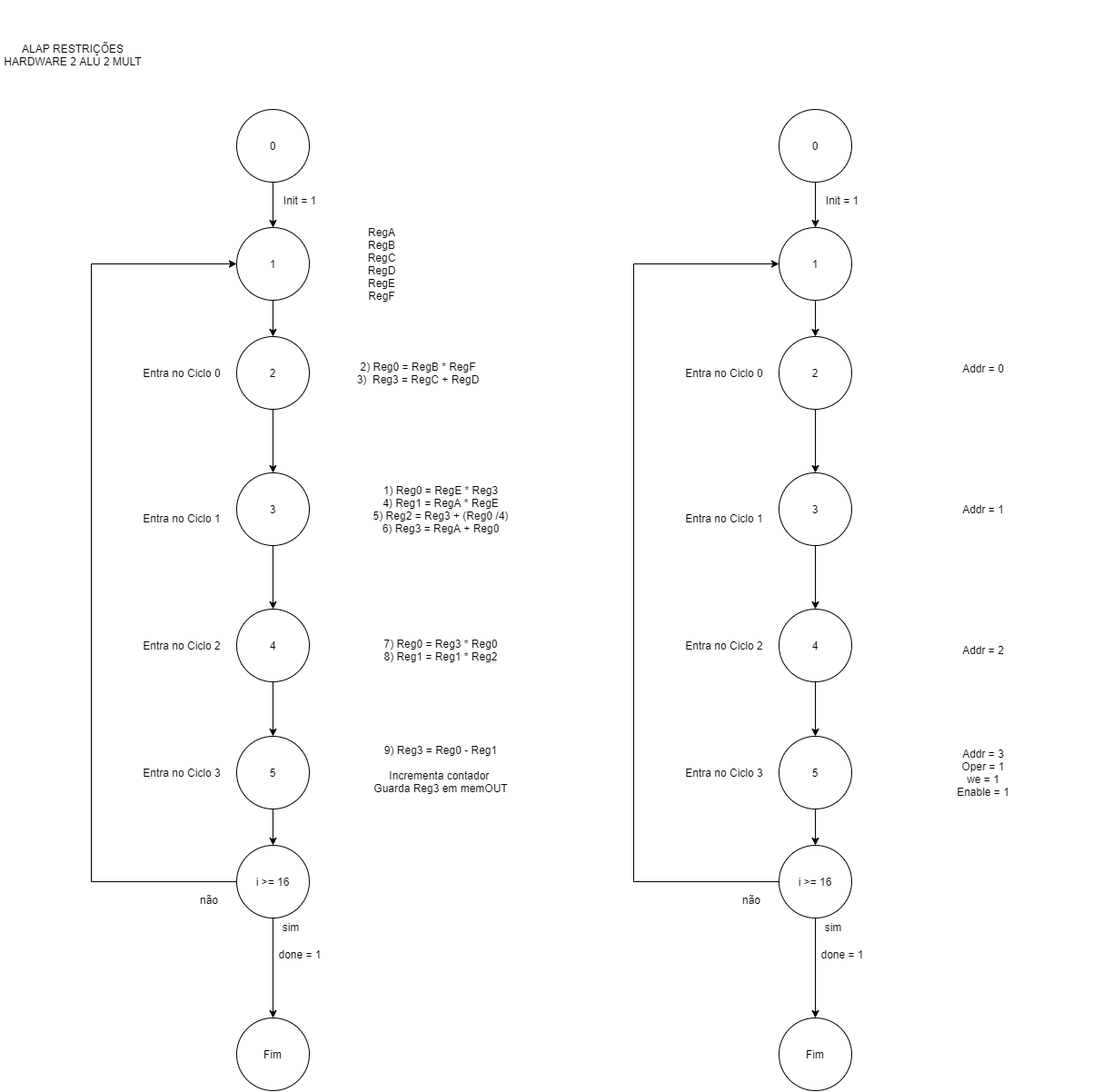
Above: lab2/Diagramas/ALAP máquina de estados.png in MiguelAReis/PSD_LAB2 (draw.io), before the change. Source tidied: cells renumbered, new cells last; positions are measured from the earlier drawing's top-left corner, leaving out a move shared by most shapes. The source it was exported from:
```xml
<mxGraphModel>
  <root>
    <mxCell id="0" />
    <mxCell id="1" parent="0" />
    <mxCell id="2" value="2) Reg0 = RegB * RegF&lt;br&gt;3)&amp;nbsp; Reg3 = RegC + RegD" style="text;html=1;strokeColor=none;fillColor=none;align=center;verticalAlign=middle;whiteSpace=wrap;rounded=0;" parent="1" vertex="1">
      <mxGeometry x="360" y="365" width="200" height="90" as="geometry" />
    </mxCell>
    <mxCell id="3" value="0" style="ellipse;whiteSpace=wrap;html=1;" parent="1" vertex="1">
      <mxGeometry x="260" y="120" width="80" height="80" as="geometry" />
    </mxCell>
    <mxCell id="4" style="endArrow=classic;html=1;exitX=0.5;exitY=1;exitDx=0;exitDy=0;" parent="1" edge="1" source="3">
      <mxGeometry relative="1" as="geometry">
        <mxPoint x="300" y="250" as="targetPoint" />
      </mxGeometry>
    </mxCell>
    <mxCell id="5" value="1" style="ellipse;whiteSpace=wrap;html=1;" parent="1" vertex="1">
      <mxGeometry x="260" y="250" width="80" height="80" as="geometry" />
    </mxCell>
    <mxCell id="6" value="RegA&lt;br&gt;RegB&lt;br&gt;RegC&lt;br&gt;RegD&lt;br&gt;RegE&lt;br&gt;RegF" style="text;html=1;strokeColor=none;fillColor=none;align=center;verticalAlign=middle;whiteSpace=wrap;rounded=0;" parent="1" vertex="1">
      <mxGeometry x="360" y="235" width="120" height="110" as="geometry" />
    </mxCell>
    <mxCell id="7" style="endArrow=classic;html=1;exitX=0.5;exitY=1;exitDx=0;exitDy=0;entryX=0.5;entryY=0;entryDx=0;entryDy=0;" parent="1" edge="1" source="5" target="8">
      <mxGeometry relative="1" as="geometry" />
    </mxCell>
    <mxCell id="8" value="2" style="ellipse;whiteSpace=wrap;html=1;" parent="1" vertex="1">
      <mxGeometry x="260" y="370" width="80" height="80" as="geometry" />
    </mxCell>
    <mxCell id="9" value="Entra no Ciclo 0" style="text;html=1;strokeColor=none;fillColor=none;align=center;verticalAlign=middle;whiteSpace=wrap;rounded=0;" parent="1" vertex="1">
      <mxGeometry x="150" y="400" width="100" height="20" as="geometry" />
    </mxCell>
    <mxCell id="10" value="3" style="ellipse;whiteSpace=wrap;html=1;" parent="1" vertex="1">
      <mxGeometry x="260" y="520" width="80" height="80" as="geometry" />
    </mxCell>
    <mxCell id="11" style="endArrow=classic;html=1;exitX=0.5;exitY=1;exitDx=0;exitDy=0;entryX=0.5;entryY=0;entryDx=0;entryDy=0;" parent="1" edge="1" source="8" target="10">
      <mxGeometry relative="1" as="geometry" />
    </mxCell>
    <mxCell id="12" value="ALAP RESTRIÇÕES HARDWARE 2 ALU 2 MULT" style="text;html=1;strokeColor=none;fillColor=none;align=center;verticalAlign=middle;whiteSpace=wrap;rounded=0;" parent="1" vertex="1">
      <mxGeometry width="160" height="120" as="geometry" />
    </mxCell>
    <mxCell id="13" value="Entra no Ciclo 1" style="text;html=1;strokeColor=none;fillColor=none;align=center;verticalAlign=middle;whiteSpace=wrap;rounded=0;" parent="1" vertex="1">
      <mxGeometry x="145" y="560" width="110" height="20" as="geometry" />
    </mxCell>
    <mxCell id="14" value="1) Reg0 = RegE * Reg3&lt;br&gt;4) Reg1 = RegA * RegE&lt;br&gt;5) Reg2 = Reg3 + (Reg0 /4)&lt;br&gt;6) Reg3 = RegA + Reg0" style="text;html=1;strokeColor=none;fillColor=none;align=center;verticalAlign=middle;whiteSpace=wrap;rounded=0;" parent="1" vertex="1">
      <mxGeometry x="360" y="515" width="250" height="90" as="geometry" />
    </mxCell>
    <mxCell id="15" value="4" style="ellipse;whiteSpace=wrap;html=1;" parent="1" vertex="1">
      <mxGeometry x="260" y="670" width="80" height="80" as="geometry" />
    </mxCell>
    <mxCell id="16" style="endArrow=classic;html=1;exitX=0.5;exitY=1;exitDx=0;exitDy=0;entryX=0.5;entryY=0;entryDx=0;entryDy=0;" parent="1" edge="1" source="10" target="15">
      <mxGeometry relative="1" as="geometry" />
    </mxCell>
    <mxCell id="17" value="7) Reg0 = Reg3 * Reg0&lt;br&gt;8) Reg1 = Reg1 * Reg2" style="text;html=1;strokeColor=none;fillColor=none;align=center;verticalAlign=middle;whiteSpace=wrap;rounded=0;" parent="1" vertex="1">
      <mxGeometry x="355" y="670" width="260" height="90" as="geometry" />
    </mxCell>
    <mxCell id="18" value="Entra no Ciclo 2" style="text;html=1;strokeColor=none;fillColor=none;align=center;verticalAlign=middle;whiteSpace=wrap;rounded=0;" parent="1" vertex="1">
      <mxGeometry x="145" y="700" width="110" height="20" as="geometry" />
    </mxCell>
    <mxCell id="19" style="edgeStyle=orthogonalEdgeStyle;rounded=0;jettySize=auto;html=1;entryX=0;entryY=0.5;entryDx=0;entryDy=0;" parent="1" edge="1" source="32" target="5">
      <mxGeometry relative="1" as="geometry">
        <Array as="points">
          <mxPoint x="100" y="290" />
        </Array>
      </mxGeometry>
    </mxCell>
    <mxCell id="20" value="5" style="ellipse;whiteSpace=wrap;html=1;" parent="1" vertex="1">
      <mxGeometry x="260" y="810" width="80" height="80" as="geometry" />
    </mxCell>
    <mxCell id="21" style="endArrow=classic;html=1;entryX=0.5;entryY=0;entryDx=0;entryDy=0;exitX=0.5;exitY=1;exitDx=0;exitDy=0;" parent="1" edge="1" source="15" target="20">
      <mxGeometry relative="1" as="geometry" />
    </mxCell>
    <mxCell id="22" value="Entra no Ciclo 3" style="text;html=1;strokeColor=none;fillColor=none;align=center;verticalAlign=middle;whiteSpace=wrap;rounded=0;" parent="1" vertex="1">
      <mxGeometry x="145" y="840" width="110" height="20" as="geometry" />
    </mxCell>
    <mxCell id="23" value="9) Reg3 = Reg0 - Reg1" style="text;html=1;strokeColor=none;fillColor=none;align=center;verticalAlign=middle;whiteSpace=wrap;rounded=0;" parent="1" vertex="1">
      <mxGeometry x="365" y="780" width="240" height="90" as="geometry" />
    </mxCell>
    <mxCell id="24" value="Fim" style="ellipse;whiteSpace=wrap;html=1;" parent="1" vertex="1">
      <mxGeometry x="260" y="1120" width="80" height="80" as="geometry" />
    </mxCell>
    <mxCell id="25" style="endArrow=classic;html=1;entryX=0.5;entryY=0;entryDx=0;entryDy=0;exitX=0.5;exitY=1;exitDx=0;exitDy=0;" parent="1" edge="1" source="32" target="24">
      <mxGeometry relative="1" as="geometry" />
    </mxCell>
    <mxCell id="26" value="Init = 1" style="text;html=1;strokeColor=none;fillColor=none;align=center;verticalAlign=middle;whiteSpace=wrap;rounded=0;" parent="1" vertex="1">
      <mxGeometry x="310" y="210" width="40" height="20" as="geometry" />
    </mxCell>
    <mxCell id="27" value="sim" style="text;html=1;strokeColor=none;fillColor=none;align=center;verticalAlign=middle;whiteSpace=wrap;rounded=0;" parent="1" vertex="1">
      <mxGeometry x="300" y="1010" width="40" height="20" as="geometry" />
    </mxCell>
    <mxCell id="28" value="não" style="text;html=1;strokeColor=none;fillColor=none;align=center;verticalAlign=middle;whiteSpace=wrap;rounded=0;" parent="1" vertex="1">
      <mxGeometry x="210" y="980" width="40" height="20" as="geometry" />
    </mxCell>
    <mxCell id="29" value="done = 1" style="text;html=1;strokeColor=none;fillColor=none;align=center;verticalAlign=middle;whiteSpace=wrap;rounded=0;" parent="1" vertex="1">
      <mxGeometry x="300" y="1040" width="60" height="20" as="geometry" />
    </mxCell>
    <mxCell id="30" style="endArrow=classic;html=1;exitX=0.5;exitY=1;exitDx=0;exitDy=0;entryX=0.5;entryY=0;entryDx=0;entryDy=0;" parent="1" edge="1" source="20" target="32">
      <mxGeometry relative="1" as="geometry" />
    </mxCell>
    <mxCell id="31" value="Incrementa contador&amp;nbsp;&lt;br&gt;Guarda Reg3 em memOUT" style="text;html=1;strokeColor=none;fillColor=none;align=center;verticalAlign=middle;whiteSpace=wrap;rounded=0;" parent="1" vertex="1">
      <mxGeometry x="390" y="820" width="190" height="80" as="geometry" />
    </mxCell>
    <mxCell id="32" value="i &amp;gt;= 16" style="ellipse;whiteSpace=wrap;html=1;" parent="1" vertex="1">
      <mxGeometry x="260" y="930" width="80" height="80" as="geometry" />
    </mxCell>
    <mxCell id="33" value="Addr = 0" style="text;html=1;strokeColor=none;fillColor=none;align=center;verticalAlign=middle;whiteSpace=wrap;rounded=0;" parent="1" vertex="1">
      <mxGeometry x="982" y="360" width="200" height="90" as="geometry" />
    </mxCell>
    <mxCell id="34" value="0" style="ellipse;whiteSpace=wrap;html=1;" parent="1" vertex="1">
      <mxGeometry x="857" y="120" width="80" height="80" as="geometry" />
    </mxCell>
    <mxCell id="35" style="endArrow=classic;html=1;exitX=0.5;exitY=1;exitDx=0;exitDy=0;" parent="1" edge="1" source="34">
      <mxGeometry relative="1" as="geometry">
        <mxPoint x="897" y="250" as="targetPoint" />
      </mxGeometry>
    </mxCell>
    <mxCell id="36" value="1" style="ellipse;whiteSpace=wrap;html=1;" parent="1" vertex="1">
      <mxGeometry x="857" y="250" width="80" height="80" as="geometry" />
    </mxCell>
    <mxCell id="37" style="endArrow=classic;html=1;exitX=0.5;exitY=1;exitDx=0;exitDy=0;entryX=0.5;entryY=0;entryDx=0;entryDy=0;" parent="1" edge="1" source="36" target="38">
      <mxGeometry relative="1" as="geometry" />
    </mxCell>
    <mxCell id="38" value="2" style="ellipse;whiteSpace=wrap;html=1;" parent="1" vertex="1">
      <mxGeometry x="857" y="370" width="80" height="80" as="geometry" />
    </mxCell>
    <mxCell id="39" value="Entra no Ciclo 0" style="text;html=1;strokeColor=none;fillColor=none;align=center;verticalAlign=middle;whiteSpace=wrap;rounded=0;" parent="1" vertex="1">
      <mxGeometry x="747" y="400" width="100" height="20" as="geometry" />
    </mxCell>
    <mxCell id="40" value="3" style="ellipse;whiteSpace=wrap;html=1;" parent="1" vertex="1">
      <mxGeometry x="857" y="520" width="80" height="80" as="geometry" />
    </mxCell>
    <mxCell id="41" style="endArrow=classic;html=1;exitX=0.5;exitY=1;exitDx=0;exitDy=0;entryX=0.5;entryY=0;entryDx=0;entryDy=0;" parent="1" edge="1" source="38" target="40">
      <mxGeometry relative="1" as="geometry" />
    </mxCell>
    <mxCell id="42" value="Entra no Ciclo 1" style="text;html=1;strokeColor=none;fillColor=none;align=center;verticalAlign=middle;whiteSpace=wrap;rounded=0;" parent="1" vertex="1">
      <mxGeometry x="742" y="560" width="110" height="20" as="geometry" />
    </mxCell>
    <mxCell id="43" value="Addr = 1" style="text;html=1;strokeColor=none;fillColor=none;align=center;verticalAlign=middle;whiteSpace=wrap;rounded=0;" parent="1" vertex="1">
      <mxGeometry x="957" y="515" width="250" height="90" as="geometry" />
    </mxCell>
    <mxCell id="44" value="4" style="ellipse;whiteSpace=wrap;html=1;" parent="1" vertex="1">
      <mxGeometry x="857" y="670" width="80" height="80" as="geometry" />
    </mxCell>
    <mxCell id="45" style="endArrow=classic;html=1;exitX=0.5;exitY=1;exitDx=0;exitDy=0;entryX=0.5;entryY=0;entryDx=0;entryDy=0;" parent="1" edge="1" source="40" target="44">
      <mxGeometry relative="1" as="geometry" />
    </mxCell>
    <mxCell id="46" value="Addr = 2" style="text;html=1;strokeColor=none;fillColor=none;align=center;verticalAlign=middle;whiteSpace=wrap;rounded=0;" parent="1" vertex="1">
      <mxGeometry x="952" y="670" width="260" height="90" as="geometry" />
    </mxCell>
    <mxCell id="47" value="Entra no Ciclo 2" style="text;html=1;strokeColor=none;fillColor=none;align=center;verticalAlign=middle;whiteSpace=wrap;rounded=0;" parent="1" vertex="1">
      <mxGeometry x="742" y="700" width="110" height="20" as="geometry" />
    </mxCell>
    <mxCell id="48" style="edgeStyle=orthogonalEdgeStyle;rounded=0;jettySize=auto;html=1;entryX=0;entryY=0.5;entryDx=0;entryDy=0;" parent="1" edge="1" source="60" target="36">
      <mxGeometry relative="1" as="geometry">
        <Array as="points">
          <mxPoint x="697" y="290" />
        </Array>
      </mxGeometry>
    </mxCell>
    <mxCell id="49" value="5" style="ellipse;whiteSpace=wrap;html=1;" parent="1" vertex="1">
      <mxGeometry x="857" y="810" width="80" height="80" as="geometry" />
    </mxCell>
    <mxCell id="50" style="endArrow=classic;html=1;entryX=0.5;entryY=0;entryDx=0;entryDy=0;exitX=0.5;exitY=1;exitDx=0;exitDy=0;" parent="1" edge="1" source="44" target="49">
      <mxGeometry relative="1" as="geometry" />
    </mxCell>
    <mxCell id="51" value="Entra no Ciclo 3" style="text;html=1;strokeColor=none;fillColor=none;align=center;verticalAlign=middle;whiteSpace=wrap;rounded=0;" parent="1" vertex="1">
      <mxGeometry x="742" y="840" width="110" height="20" as="geometry" />
    </mxCell>
    <mxCell id="52" value="Addr = 3&lt;br&gt;Oper = 1&lt;br&gt;we = 1&lt;br&gt;Enable = 1" style="text;html=1;strokeColor=none;fillColor=none;align=center;verticalAlign=middle;whiteSpace=wrap;rounded=0;" parent="1" vertex="1">
      <mxGeometry x="962" y="805" width="240" height="90" as="geometry" />
    </mxCell>
    <mxCell id="53" value="Fim" style="ellipse;whiteSpace=wrap;html=1;" parent="1" vertex="1">
      <mxGeometry x="857" y="1120" width="80" height="80" as="geometry" />
    </mxCell>
    <mxCell id="54" style="endArrow=classic;html=1;entryX=0.5;entryY=0;entryDx=0;entryDy=0;exitX=0.5;exitY=1;exitDx=0;exitDy=0;" parent="1" edge="1" source="60" target="53">
      <mxGeometry relative="1" as="geometry" />
    </mxCell>
    <mxCell id="55" value="Init = 1" style="text;html=1;strokeColor=none;fillColor=none;align=center;verticalAlign=middle;whiteSpace=wrap;rounded=0;" parent="1" vertex="1">
      <mxGeometry x="907" y="210" width="40" height="20" as="geometry" />
    </mxCell>
    <mxCell id="56" value="sim" style="text;html=1;strokeColor=none;fillColor=none;align=center;verticalAlign=middle;whiteSpace=wrap;rounded=0;" parent="1" vertex="1">
      <mxGeometry x="897" y="1010" width="40" height="20" as="geometry" />
    </mxCell>
    <mxCell id="57" value="não" style="text;html=1;strokeColor=none;fillColor=none;align=center;verticalAlign=middle;whiteSpace=wrap;rounded=0;" parent="1" vertex="1">
      <mxGeometry x="807" y="980" width="40" height="20" as="geometry" />
    </mxCell>
    <mxCell id="58" value="done = 1" style="text;html=1;strokeColor=none;fillColor=none;align=center;verticalAlign=middle;whiteSpace=wrap;rounded=0;" parent="1" vertex="1">
      <mxGeometry x="897" y="1040" width="60" height="20" as="geometry" />
    </mxCell>
    <mxCell id="59" style="endArrow=classic;html=1;exitX=0.5;exitY=1;exitDx=0;exitDy=0;entryX=0.5;entryY=0;entryDx=0;entryDy=0;" parent="1" edge="1" source="49" target="60">
      <mxGeometry relative="1" as="geometry" />
    </mxCell>
    <mxCell id="60" value="i &amp;gt;= 16" style="ellipse;whiteSpace=wrap;html=1;" parent="1" vertex="1">
      <mxGeometry x="857" y="930" width="80" height="80" as="geometry" />
    </mxCell>
  </root>
</mxGraphModel>
```
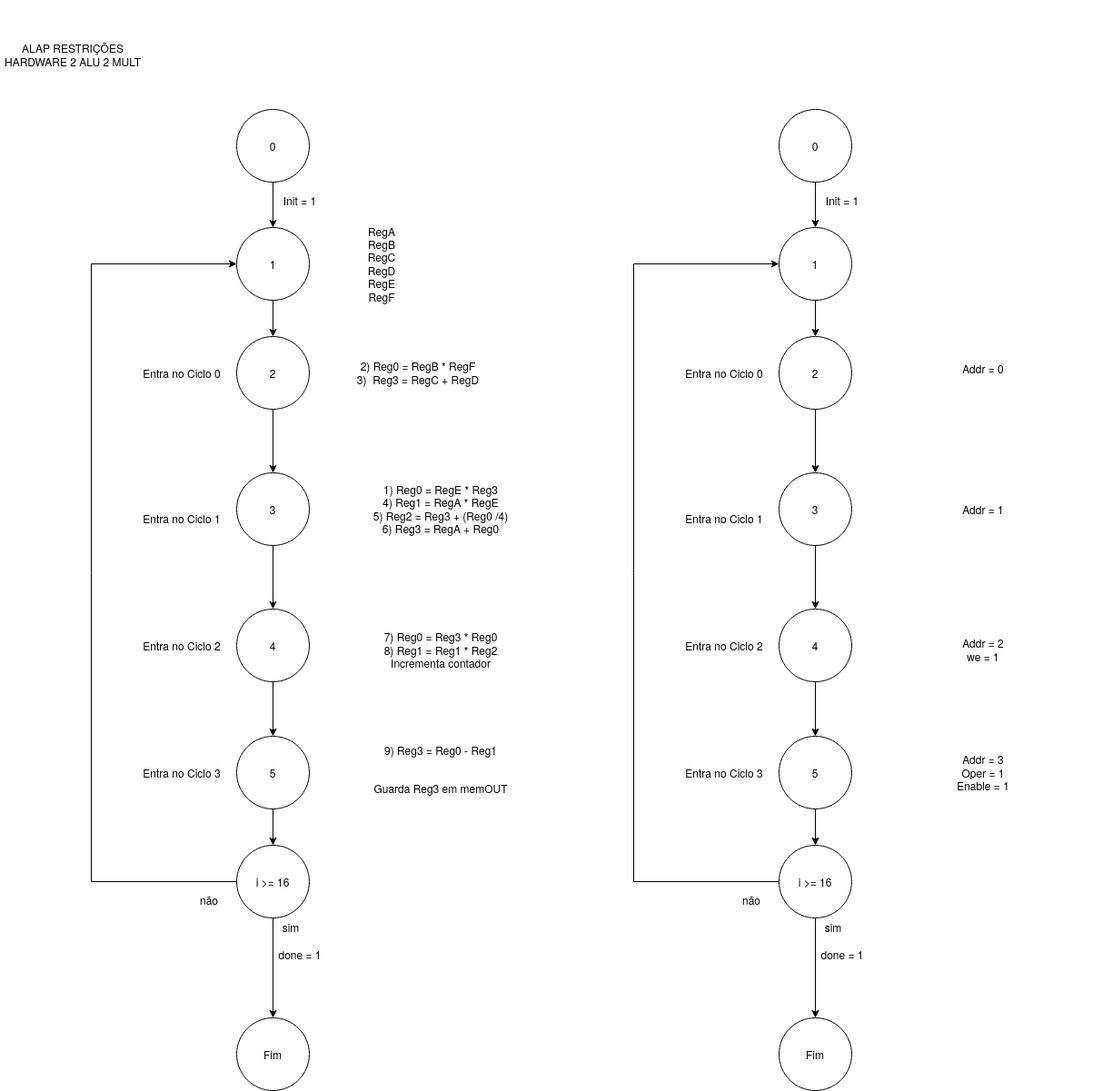
The same file after the commit.

What changed in the source:
```diff
@@ -49,7 +49,7 @@
     <mxCell id="16" style="endArrow=classic;html=1;exitX=0.5;exitY=1;exitDx=0;exitDy=0;entryX=0.5;entryY=0;entryDx=0;entryDy=0;" parent="1" edge="1" source="10" target="15">
       <mxGeometry relative="1" as="geometry" />
     </mxCell>
-    <mxCell id="17" value="7) Reg0 = Reg3 * Reg0&lt;br&gt;8) Reg1 = Reg1 * Reg2" style="text;html=1;strokeColor=none;fillColor=none;align=center;verticalAlign=middle;whiteSpace=wrap;rounded=0;" parent="1" vertex="1">
+    <mxCell id="17" value="7) Reg0 = Reg3 * Reg0&lt;br&gt;&lt;div&gt;8) Reg1 = Reg1 * Reg2&lt;/div&gt;&lt;div&gt;Incrementa contador &lt;br&gt;&lt;/div&gt;" style="text;html=1;strokeColor=none;fillColor=none;align=center;verticalAlign=middle;whiteSpace=wrap;rounded=0;" parent="1" vertex="1">
       <mxGeometry x="355" y="670" width="260" height="90" as="geometry" />
     </mxCell>
     <mxCell id="18" value="Entra no Ciclo 2" style="text;html=1;strokeColor=none;fillColor=none;align=center;verticalAlign=middle;whiteSpace=wrap;rounded=0;" parent="1" vertex="1">
@@ -95,7 +95,7 @@
     <mxCell id="30" style="endArrow=classic;html=1;exitX=0.5;exitY=1;exitDx=0;exitDy=0;entryX=0.5;entryY=0;entryDx=0;entryDy=0;" parent="1" edge="1" source="20" target="32">
       <mxGeometry relative="1" as="geometry" />
     </mxCell>
-    <mxCell id="31" value="Incrementa contador&amp;nbsp;&lt;br&gt;Guarda Reg3 em memOUT" style="text;html=1;strokeColor=none;fillColor=none;align=center;verticalAlign=middle;whiteSpace=wrap;rounded=0;" parent="1" vertex="1">
+    <mxCell id="31" value="&lt;br&gt;Guarda Reg3 em memOUT" style="text;html=1;strokeColor=none;fillColor=none;align=center;verticalAlign=middle;whiteSpace=wrap;rounded=0;" parent="1" vertex="1">
       <mxGeometry x="390" y="820" width="190" height="80" as="geometry" />
     </mxCell>
     <mxCell id="32" value="i &amp;gt;= 16" style="ellipse;whiteSpace=wrap;html=1;" parent="1" vertex="1">
@@ -142,7 +142,7 @@
     <mxCell id="45" style="endArrow=classic;html=1;exitX=0.5;exitY=1;exitDx=0;exitDy=0;entryX=0.5;entryY=0;entryDx=0;entryDy=0;" parent="1" edge="1" source="40" target="44">
       <mxGeometry relative="1" as="geometry" />
     </mxCell>
-    <mxCell id="46" value="Addr = 2" style="text;html=1;strokeColor=none;fillColor=none;align=center;verticalAlign=middle;whiteSpace=wrap;rounded=0;" parent="1" vertex="1">
+    <mxCell id="46" value="&lt;div&gt;Addr = 2&lt;br&gt;&lt;/div&gt;&lt;div&gt;we = 1&lt;/div&gt;" style="text;html=1;strokeColor=none;fillColor=none;align=center;verticalAlign=middle;whiteSpace=wrap;rounded=0;" parent="1" vertex="1">
       <mxGeometry x="952" y="670" width="260" height="90" as="geometry" />
     </mxCell>
     <mxCell id="47" value="Entra no Ciclo 2" style="text;html=1;strokeColor=none;fillColor=none;align=center;verticalAlign=middle;whiteSpace=wrap;rounded=0;" parent="1" vertex="1">
@@ -164,7 +164,7 @@
     <mxCell id="51" value="Entra no Ciclo 3" style="text;html=1;strokeColor=none;fillColor=none;align=center;verticalAlign=middle;whiteSpace=wrap;rounded=0;" parent="1" vertex="1">
       <mxGeometry x="742" y="840" width="110" height="20" as="geometry" />
     </mxCell>
-    <mxCell id="52" value="Addr = 3&lt;br&gt;Oper = 1&lt;br&gt;we = 1&lt;br&gt;Enable = 1" style="text;html=1;strokeColor=none;fillColor=none;align=center;verticalAlign=middle;whiteSpace=wrap;rounded=0;" parent="1" vertex="1">
+    <mxCell id="52" value="Addr = 3&lt;br&gt;Oper = 1&lt;br&gt;Enable = 1" style="text;html=1;strokeColor=none;fillColor=none;align=center;verticalAlign=middle;whiteSpace=wrap;rounded=0;" parent="1" vertex="1">
       <mxGeometry x="962" y="805" width="240" height="90" as="geometry" />
     </mxCell>
     <mxCell id="53" value="Fim" style="ellipse;whiteSpace=wrap;html=1;" parent="1" vertex="1">
```
